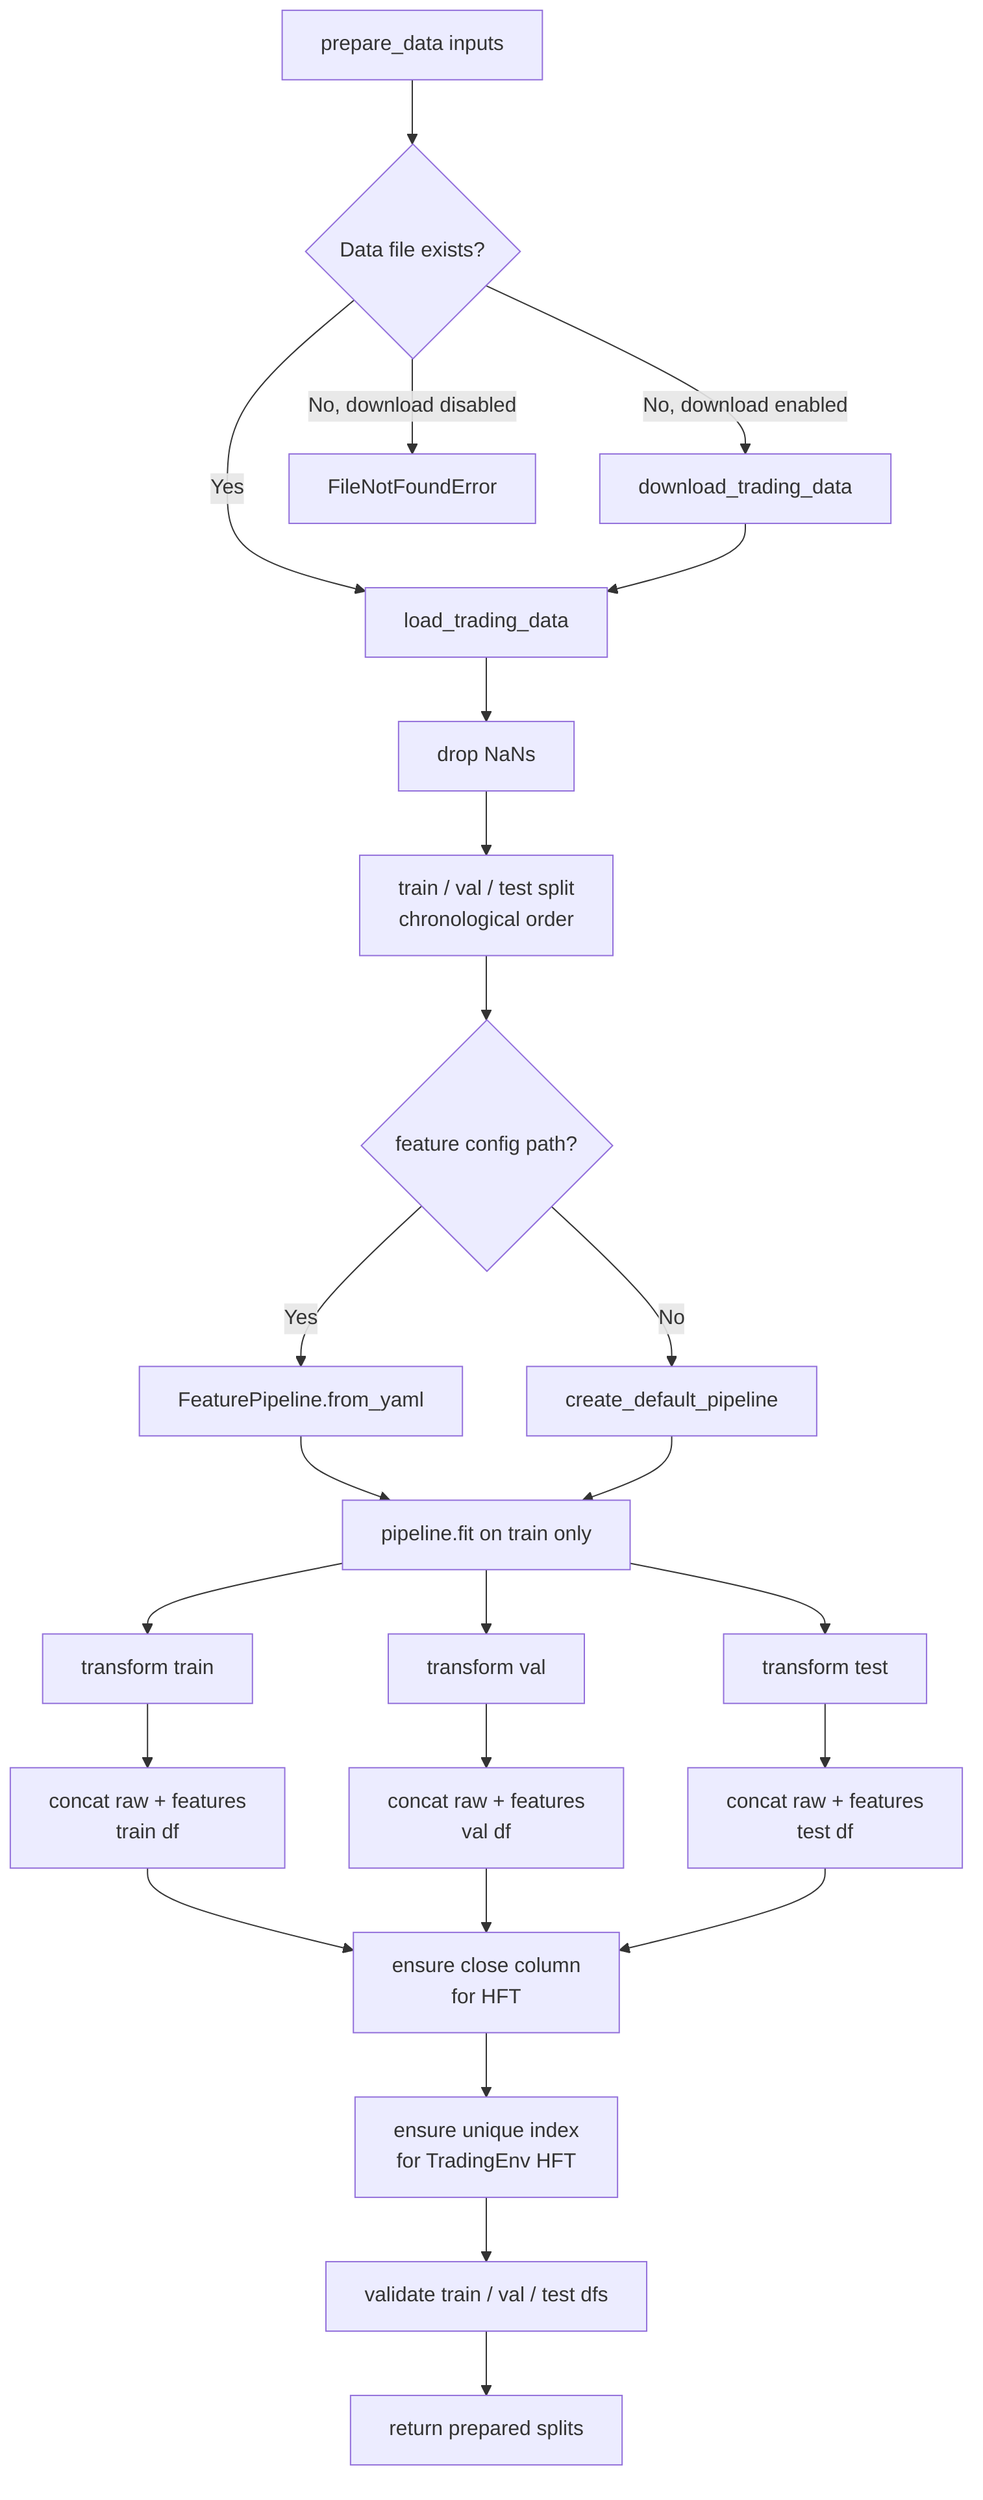
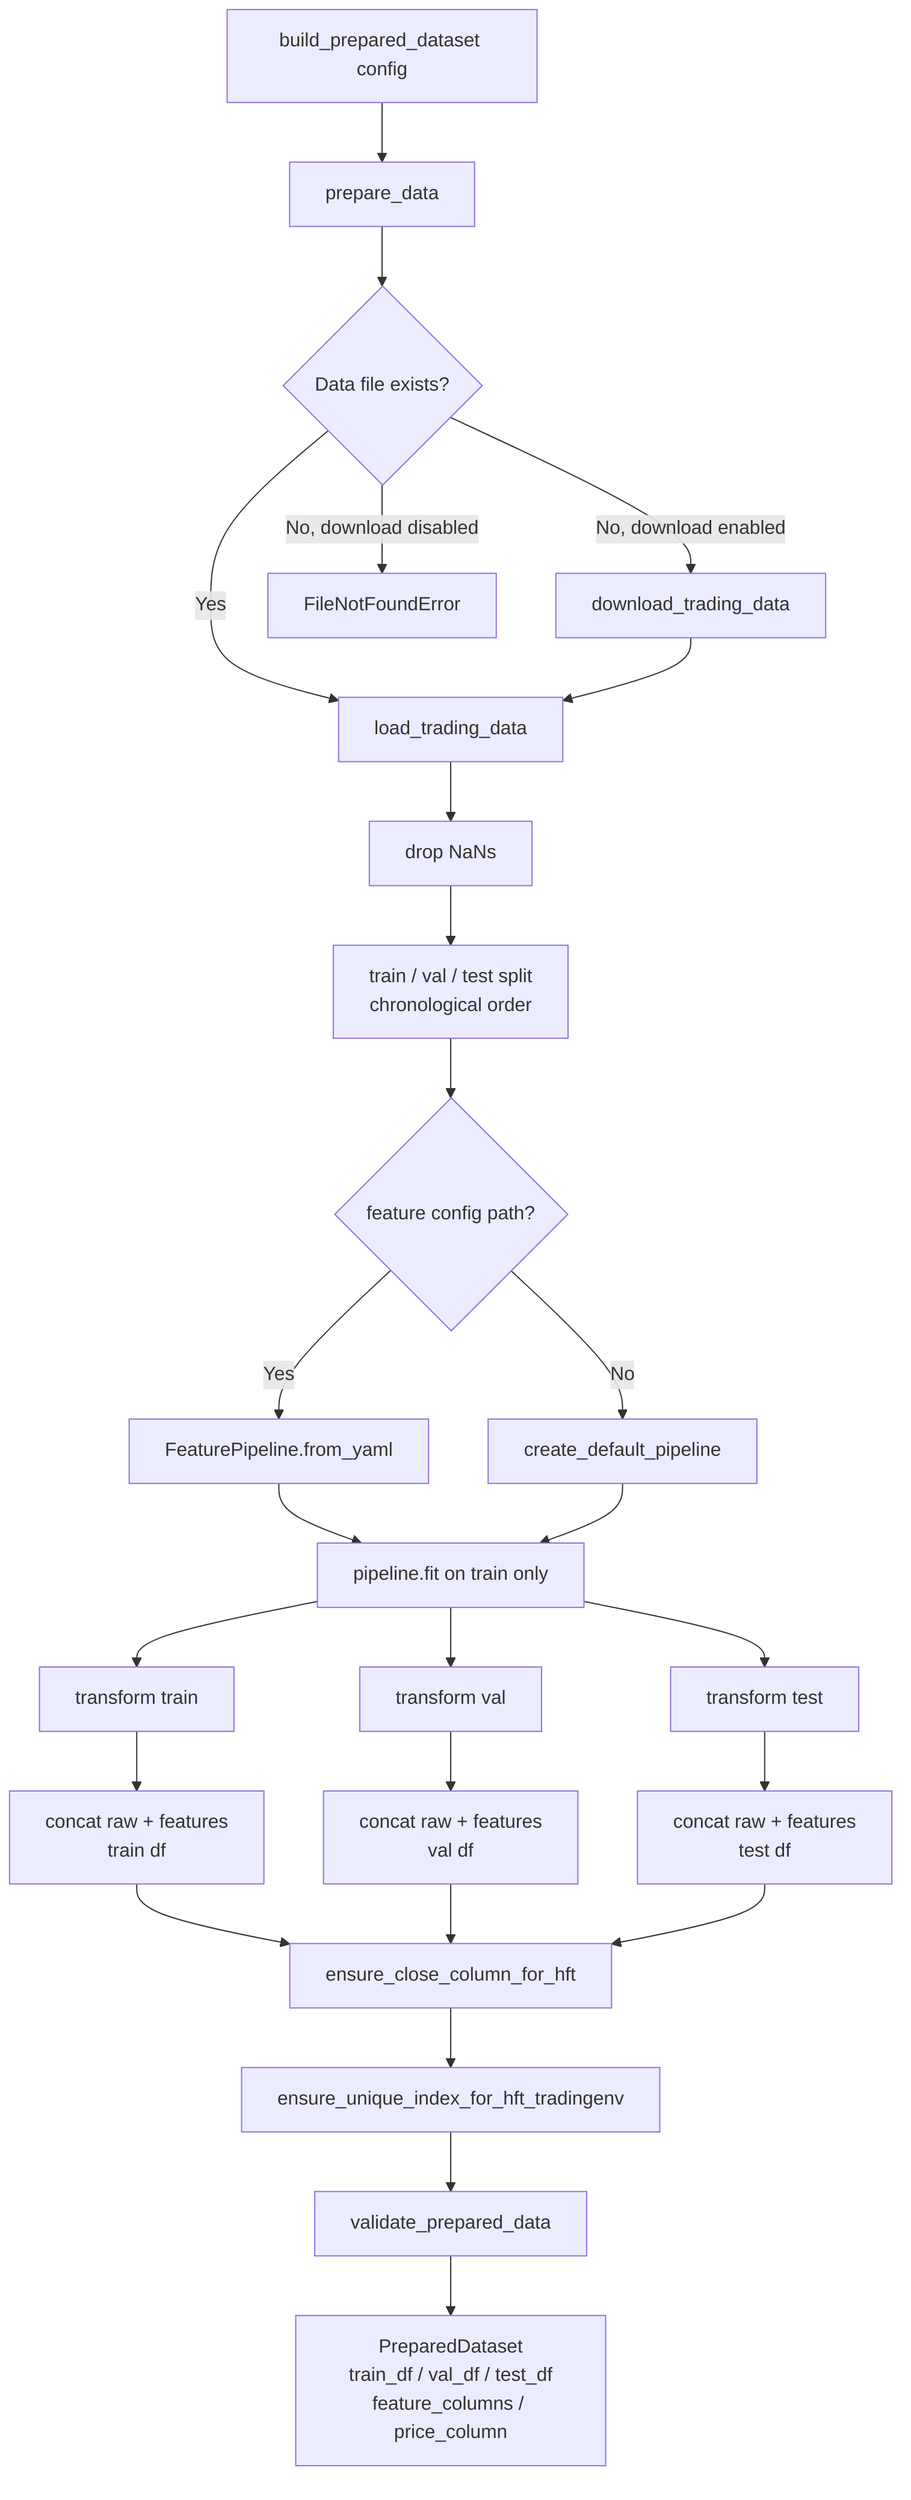
flowchart TD
-     A[prepare_data inputs] --> B{Data file exists?}
-     B -- No, download enabled --> C[download_trading_data]
-     B -- No, download disabled --> D[FileNotFoundError]
-     B -- Yes --> E[load_trading_data]
-     C --> E
-     E --> F[drop NaNs]
-     F --> G[train / val / test split<br/>chronological order]
-     G --> H{feature config path?}
-     H -- Yes --> I[FeaturePipeline.from_yaml]
-     H -- No --> J[create_default_pipeline]
-     I --> K[pipeline.fit on train only]
-     J --> K
-     K --> L[transform train]
-     K --> M[transform val]
-     K --> N[transform test]
-     L --> O[concat raw + features<br/>train df]
-     M --> P[concat raw + features<br/>val df]
-     N --> Q[concat raw + features<br/>test df]
-     O --> R[ensure close column<br/>for HFT]
-     P --> R
-     Q --> R
-     R --> S[ensure unique index<br/>for TradingEnv HFT]
-     S --> T[validate train / val / test dfs]
-     T --> U[return prepared splits]
+     A[build_prepared_dataset config] --> B[prepare_data]
+     B --> C{Data file exists?}
+     C -- No, download enabled --> D[download_trading_data]
+     C -- No, download disabled --> E[FileNotFoundError]
+     C -- Yes --> F[load_trading_data]
+     D --> F
+     F --> G[drop NaNs]
+     G --> H[train / val / test split<br/>chronological order]
+     H --> I{feature config path?}
+     I -- Yes --> J[FeaturePipeline.from_yaml]
+     I -- No --> K[create_default_pipeline]
+     J --> L[pipeline.fit on train only]
+     K --> L
+     L --> M[transform train]
+     L --> N[transform val]
+     L --> O[transform test]
+     M --> P[concat raw + features<br/>train df]
+     N --> Q[concat raw + features<br/>val df]
+     O --> R[concat raw + features<br/>test df]
+     P --> S[ensure_close_column_for_hft]
+     Q --> S
+     R --> S
+     S --> T[ensure_unique_index_for_hft_tradingenv]
+     T --> U[validate_prepared_data]
+     U --> V[PreparedDataset<br/>train_df / val_df / test_df<br/>feature_columns / price_column]
